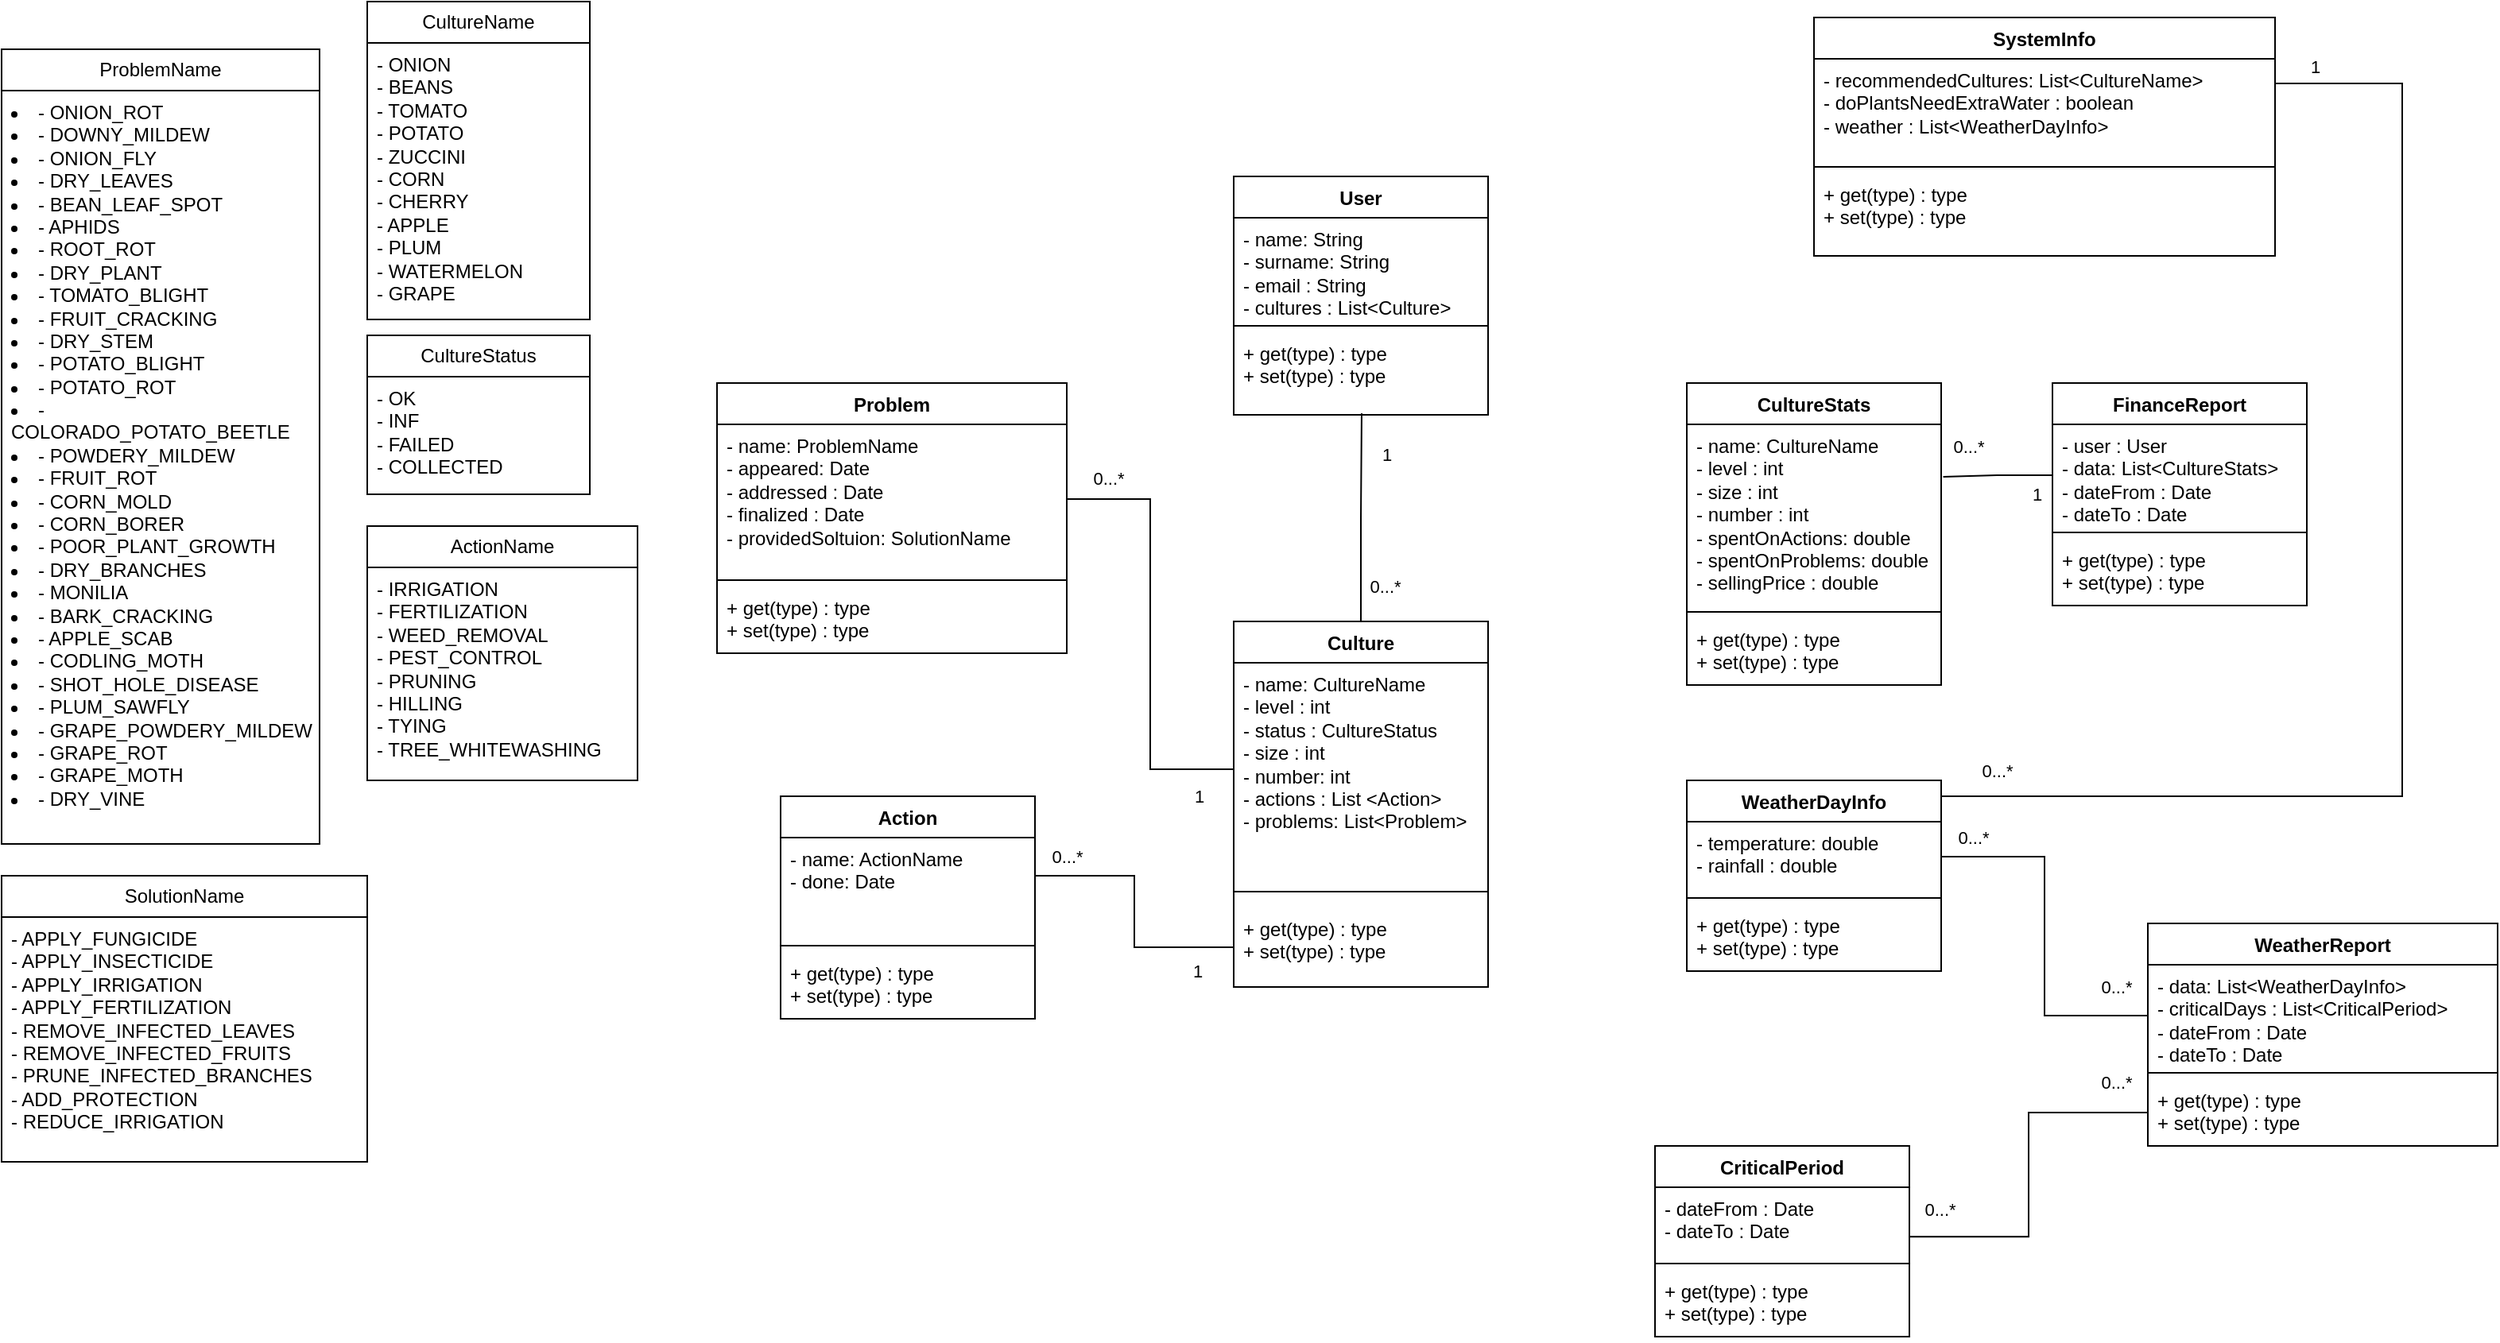
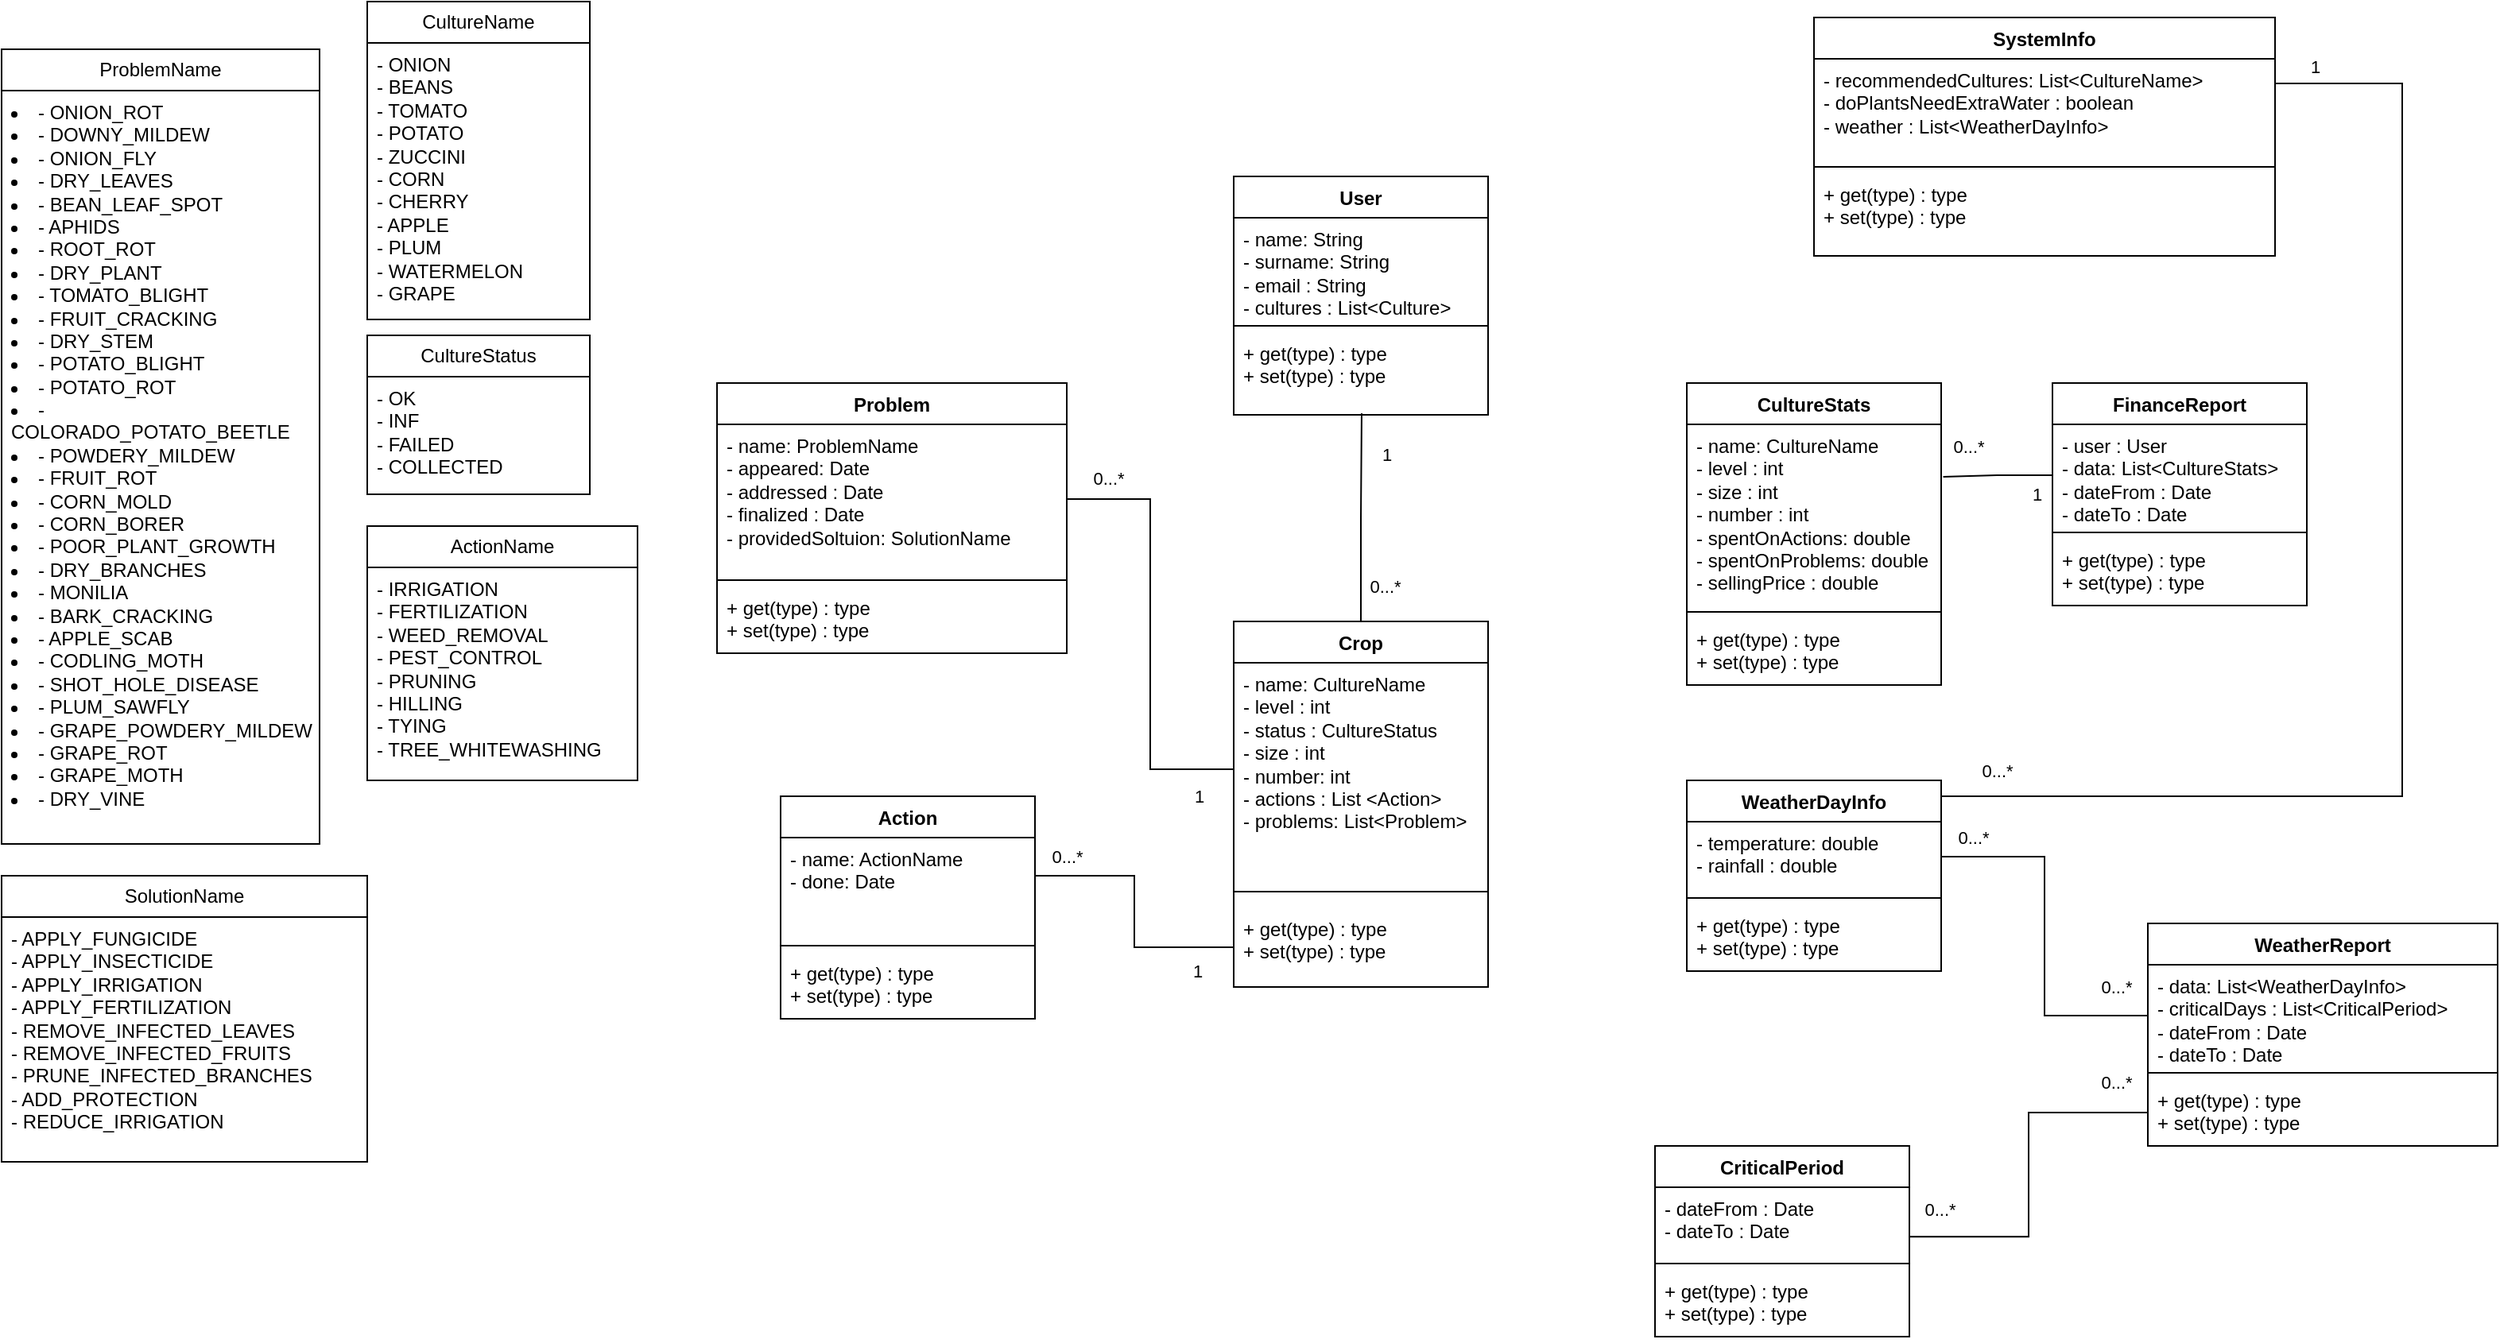
<mxfile host="app.diagrams.net">
  <diagram name="Page-1" id="dPlkKarSEhB-35xqONgB">
-     <mxGraphModel dx="2416" dy="1307" grid="1" gridSize="10" guides="1" tooltips="1" connect="1" arrows="1" fold="1" page="1" pageScale="1" pageWidth="850" pageHeight="1100" math="0" shadow="0">
+     <mxGraphModel dx="2054" dy="1111" grid="1" gridSize="10" guides="1" tooltips="1" connect="1" arrows="1" fold="1" page="1" pageScale="1" pageWidth="850" pageHeight="1100" math="0" shadow="0">
      <root>
        <mxCell id="0" />
        <mxCell id="1" parent="0" />
-         <mxCell id="lHIlK8dR2jHegv8c2HVK-1" parent="1" style="swimlane;fontStyle=1;align=center;verticalAlign=top;childLayout=stackLayout;horizontal=1;startSize=26;horizontalStack=0;resizeParent=1;resizeParentMax=0;resizeLast=0;collapsible=1;marginBottom=0;whiteSpace=wrap;html=1;" value="&lt;div&gt;Culture&lt;/div&gt;" vertex="1">
+         <mxCell id="lHIlK8dR2jHegv8c2HVK-1" parent="1" style="swimlane;fontStyle=1;align=center;verticalAlign=top;childLayout=stackLayout;horizontal=1;startSize=26;horizontalStack=0;resizeParent=1;resizeParentMax=0;resizeLast=0;collapsible=1;marginBottom=0;whiteSpace=wrap;html=1;" value="&lt;div&gt;Crop&lt;/div&gt;" vertex="1">
          <mxGeometry height="230" width="160" x="795" y="480" as="geometry" />
        </mxCell>
        <mxCell id="lHIlK8dR2jHegv8c2HVK-2" parent="lHIlK8dR2jHegv8c2HVK-1" style="text;strokeColor=none;fillColor=none;align=left;verticalAlign=top;spacingLeft=4;spacingRight=4;overflow=hidden;rotatable=0;points=[[0,0.5],[1,0.5]];portConstraint=eastwest;whiteSpace=wrap;html=1;" value="- name: CultureName&lt;div&gt;- level : int&lt;/div&gt;&lt;div&gt;- status : CultureStatus&lt;/div&gt;&lt;div&gt;- size : int&lt;/div&gt;&lt;div&gt;- number: int&lt;/div&gt;&lt;div&gt;- actions : List &amp;lt;Action&amp;gt;&lt;/div&gt;&lt;div&gt;- problems: List&amp;lt;Problem&amp;gt;&lt;/div&gt;" vertex="1">
          <mxGeometry height="134" width="160" y="26" as="geometry" />
        </mxCell>
        <mxCell id="lHIlK8dR2jHegv8c2HVK-3" parent="lHIlK8dR2jHegv8c2HVK-1" style="line;strokeWidth=1;fillColor=none;align=left;verticalAlign=middle;spacingTop=-1;spacingLeft=3;spacingRight=3;rotatable=0;labelPosition=right;points=[];portConstraint=eastwest;strokeColor=inherit;" value="" vertex="1">
          <mxGeometry height="20" width="160" y="160" as="geometry" />
        </mxCell>
        <mxCell id="lHIlK8dR2jHegv8c2HVK-4" parent="lHIlK8dR2jHegv8c2HVK-1" style="text;strokeColor=none;fillColor=none;align=left;verticalAlign=top;spacingLeft=4;spacingRight=4;overflow=hidden;rotatable=0;points=[[0,0.5],[1,0.5]];portConstraint=eastwest;whiteSpace=wrap;html=1;" value="+ get(type) : type&lt;div&gt;+ set(type) : type&lt;/div&gt;" vertex="1">
          <mxGeometry height="50" width="160" y="180" as="geometry" />
        </mxCell>
        <mxCell id="lHIlK8dR2jHegv8c2HVK-5" parent="1" style="swimlane;fontStyle=1;align=center;verticalAlign=top;childLayout=stackLayout;horizontal=1;startSize=26;horizontalStack=0;resizeParent=1;resizeParentMax=0;resizeLast=0;collapsible=1;marginBottom=0;whiteSpace=wrap;html=1;" value="Action" vertex="1">
          <mxGeometry height="140" width="160" x="510" y="590" as="geometry" />
        </mxCell>
        <mxCell id="lHIlK8dR2jHegv8c2HVK-6" parent="lHIlK8dR2jHegv8c2HVK-5" style="text;strokeColor=none;fillColor=none;align=left;verticalAlign=top;spacingLeft=4;spacingRight=4;overflow=hidden;rotatable=0;points=[[0,0.5],[1,0.5]];portConstraint=eastwest;whiteSpace=wrap;html=1;" value="- name: ActionName&lt;div&gt;- done: Date&lt;/div&gt;" vertex="1">
          <mxGeometry height="64" width="160" y="26" as="geometry" />
        </mxCell>
        <mxCell id="lHIlK8dR2jHegv8c2HVK-7" parent="lHIlK8dR2jHegv8c2HVK-5" style="line;strokeWidth=1;fillColor=none;align=left;verticalAlign=middle;spacingTop=-1;spacingLeft=3;spacingRight=3;rotatable=0;labelPosition=right;points=[];portConstraint=eastwest;strokeColor=inherit;" value="" vertex="1">
          <mxGeometry height="8" width="160" y="90" as="geometry" />
        </mxCell>
        <mxCell id="lHIlK8dR2jHegv8c2HVK-8" parent="lHIlK8dR2jHegv8c2HVK-5" style="text;strokeColor=none;fillColor=none;align=left;verticalAlign=top;spacingLeft=4;spacingRight=4;overflow=hidden;rotatable=0;points=[[0,0.5],[1,0.5]];portConstraint=eastwest;whiteSpace=wrap;html=1;" value="+ get(type) : type&lt;div&gt;+ set(type) : type&lt;/div&gt;" vertex="1">
          <mxGeometry height="42" width="160" y="98" as="geometry" />
        </mxCell>
        <mxCell id="lHIlK8dR2jHegv8c2HVK-9" parent="1" style="swimlane;fontStyle=1;align=center;verticalAlign=top;childLayout=stackLayout;horizontal=1;startSize=26;horizontalStack=0;resizeParent=1;resizeParentMax=0;resizeLast=0;collapsible=1;marginBottom=0;whiteSpace=wrap;html=1;" value="Problem" vertex="1">
          <mxGeometry height="170" width="220" x="470" y="330" as="geometry" />
        </mxCell>
        <mxCell id="lHIlK8dR2jHegv8c2HVK-10" parent="lHIlK8dR2jHegv8c2HVK-9" style="text;strokeColor=none;fillColor=none;align=left;verticalAlign=top;spacingLeft=4;spacingRight=4;overflow=hidden;rotatable=0;points=[[0,0.5],[1,0.5]];portConstraint=eastwest;whiteSpace=wrap;html=1;" value="- name: ProblemName&lt;div&gt;- appeared: Date&lt;/div&gt;&lt;div&gt;- addressed : Date&lt;/div&gt;&lt;div&gt;- finalized : Date&lt;/div&gt;&lt;div&gt;- providedSoltuion: SolutionName&lt;/div&gt;&lt;div&gt;&lt;br&gt;&lt;/div&gt;" vertex="1">
          <mxGeometry height="94" width="220" y="26" as="geometry" />
        </mxCell>
        <mxCell id="lHIlK8dR2jHegv8c2HVK-11" parent="lHIlK8dR2jHegv8c2HVK-9" style="line;strokeWidth=1;fillColor=none;align=left;verticalAlign=middle;spacingTop=-1;spacingLeft=3;spacingRight=3;rotatable=0;labelPosition=right;points=[];portConstraint=eastwest;strokeColor=inherit;" value="" vertex="1">
          <mxGeometry height="8" width="220" y="120" as="geometry" />
        </mxCell>
        <mxCell id="lHIlK8dR2jHegv8c2HVK-12" parent="lHIlK8dR2jHegv8c2HVK-9" style="text;strokeColor=none;fillColor=none;align=left;verticalAlign=top;spacingLeft=4;spacingRight=4;overflow=hidden;rotatable=0;points=[[0,0.5],[1,0.5]];portConstraint=eastwest;whiteSpace=wrap;html=1;" value="+ get(type) : type&lt;div&gt;+ set(type) : type&lt;/div&gt;" vertex="1">
          <mxGeometry height="42" width="220" y="128" as="geometry" />
        </mxCell>
        <mxCell id="lHIlK8dR2jHegv8c2HVK-13" parent="1" style="swimlane;fontStyle=1;align=center;verticalAlign=top;childLayout=stackLayout;horizontal=1;startSize=26;horizontalStack=0;resizeParent=1;resizeParentMax=0;resizeLast=0;collapsible=1;marginBottom=0;whiteSpace=wrap;html=1;" value="User" vertex="1">
          <mxGeometry height="150" width="160" x="795" y="200" as="geometry" />
        </mxCell>
        <mxCell id="lHIlK8dR2jHegv8c2HVK-14" parent="lHIlK8dR2jHegv8c2HVK-13" style="text;strokeColor=none;fillColor=none;align=left;verticalAlign=top;spacingLeft=4;spacingRight=4;overflow=hidden;rotatable=0;points=[[0,0.5],[1,0.5]];portConstraint=eastwest;whiteSpace=wrap;html=1;" value="- name: String&lt;div&gt;- surname: String&lt;/div&gt;&lt;div&gt;- email : String&lt;/div&gt;&lt;div&gt;- cultures : List&amp;lt;Culture&amp;gt;&lt;/div&gt;" vertex="1">
          <mxGeometry height="64" width="160" y="26" as="geometry" />
        </mxCell>
        <mxCell id="lHIlK8dR2jHegv8c2HVK-15" parent="lHIlK8dR2jHegv8c2HVK-13" style="line;strokeWidth=1;fillColor=none;align=left;verticalAlign=middle;spacingTop=-1;spacingLeft=3;spacingRight=3;rotatable=0;labelPosition=right;points=[];portConstraint=eastwest;strokeColor=inherit;" value="" vertex="1">
          <mxGeometry height="8" width="160" y="90" as="geometry" />
        </mxCell>
        <mxCell id="lHIlK8dR2jHegv8c2HVK-16" parent="lHIlK8dR2jHegv8c2HVK-13" style="text;strokeColor=none;fillColor=none;align=left;verticalAlign=top;spacingLeft=4;spacingRight=4;overflow=hidden;rotatable=0;points=[[0,0.5],[1,0.5]];portConstraint=eastwest;whiteSpace=wrap;html=1;" value="+ get(type) : type&lt;div&gt;+ set(type) : type&lt;/div&gt;" vertex="1">
          <mxGeometry height="52" width="160" y="98" as="geometry" />
        </mxCell>
        <mxCell id="lHIlK8dR2jHegv8c2HVK-17" parent="1" style="swimlane;fontStyle=1;align=center;verticalAlign=top;childLayout=stackLayout;horizontal=1;startSize=26;horizontalStack=0;resizeParent=1;resizeParentMax=0;resizeLast=0;collapsible=1;marginBottom=0;whiteSpace=wrap;html=1;" value="WeatherDayInfo" vertex="1">
          <mxGeometry height="120" width="160" x="1080" y="580" as="geometry" />
        </mxCell>
        <mxCell id="lHIlK8dR2jHegv8c2HVK-18" parent="lHIlK8dR2jHegv8c2HVK-17" style="text;strokeColor=none;fillColor=none;align=left;verticalAlign=top;spacingLeft=4;spacingRight=4;overflow=hidden;rotatable=0;points=[[0,0.5],[1,0.5]];portConstraint=eastwest;whiteSpace=wrap;html=1;" value="- temperature: double&lt;div&gt;- rainfall : double&lt;/div&gt;" vertex="1">
          <mxGeometry height="44" width="160" y="26" as="geometry" />
        </mxCell>
        <mxCell id="lHIlK8dR2jHegv8c2HVK-19" parent="lHIlK8dR2jHegv8c2HVK-17" style="line;strokeWidth=1;fillColor=none;align=left;verticalAlign=middle;spacingTop=-1;spacingLeft=3;spacingRight=3;rotatable=0;labelPosition=right;points=[];portConstraint=eastwest;strokeColor=inherit;" value="" vertex="1">
          <mxGeometry height="8" width="160" y="70" as="geometry" />
        </mxCell>
        <mxCell id="lHIlK8dR2jHegv8c2HVK-20" parent="lHIlK8dR2jHegv8c2HVK-17" style="text;strokeColor=none;fillColor=none;align=left;verticalAlign=top;spacingLeft=4;spacingRight=4;overflow=hidden;rotatable=0;points=[[0,0.5],[1,0.5]];portConstraint=eastwest;whiteSpace=wrap;html=1;" value="+ get(type) : type&lt;div&gt;+ set(type) : type&lt;/div&gt;" vertex="1">
          <mxGeometry height="42" width="160" y="78" as="geometry" />
        </mxCell>
        <mxCell id="lHIlK8dR2jHegv8c2HVK-21" parent="1" style="swimlane;fontStyle=1;align=center;verticalAlign=top;childLayout=stackLayout;horizontal=1;startSize=26;horizontalStack=0;resizeParent=1;resizeParentMax=0;resizeLast=0;collapsible=1;marginBottom=0;whiteSpace=wrap;html=1;" value="&lt;div&gt;SystemInfo&lt;/div&gt;" vertex="1">
          <mxGeometry height="150" width="290" x="1160" y="100" as="geometry" />
        </mxCell>
        <mxCell id="lHIlK8dR2jHegv8c2HVK-22" parent="lHIlK8dR2jHegv8c2HVK-21" style="text;strokeColor=none;fillColor=none;align=left;verticalAlign=top;spacingLeft=4;spacingRight=4;overflow=hidden;rotatable=0;points=[[0,0.5],[1,0.5]];portConstraint=eastwest;whiteSpace=wrap;html=1;" value="- recommendedCultures: List&amp;lt;CultureName&amp;gt;&lt;div&gt;- doPlantsNeedExtraWater : boolean&lt;/div&gt;&lt;div&gt;- weather : List&amp;lt;WeatherDayInfo&amp;gt;&lt;/div&gt;" vertex="1">
          <mxGeometry height="64" width="290" y="26" as="geometry" />
        </mxCell>
        <mxCell id="lHIlK8dR2jHegv8c2HVK-23" parent="lHIlK8dR2jHegv8c2HVK-21" style="line;strokeWidth=1;fillColor=none;align=left;verticalAlign=middle;spacingTop=-1;spacingLeft=3;spacingRight=3;rotatable=0;labelPosition=right;points=[];portConstraint=eastwest;strokeColor=inherit;" value="" vertex="1">
          <mxGeometry height="8" width="290" y="90" as="geometry" />
        </mxCell>
        <mxCell id="lHIlK8dR2jHegv8c2HVK-24" parent="lHIlK8dR2jHegv8c2HVK-21" style="text;strokeColor=none;fillColor=none;align=left;verticalAlign=top;spacingLeft=4;spacingRight=4;overflow=hidden;rotatable=0;points=[[0,0.5],[1,0.5]];portConstraint=eastwest;whiteSpace=wrap;html=1;" value="+ get(type) : type&lt;div&gt;+ set(type) : type&lt;/div&gt;" vertex="1">
          <mxGeometry height="52" width="290" y="98" as="geometry" />
        </mxCell>
        <mxCell id="lHIlK8dR2jHegv8c2HVK-25" parent="1" style="swimlane;fontStyle=1;align=center;verticalAlign=top;childLayout=stackLayout;horizontal=1;startSize=26;horizontalStack=0;resizeParent=1;resizeParentMax=0;resizeLast=0;collapsible=1;marginBottom=0;whiteSpace=wrap;html=1;" value="FinanceReport" vertex="1">
          <mxGeometry height="140" width="160" x="1310" y="330" as="geometry" />
        </mxCell>
        <mxCell id="lHIlK8dR2jHegv8c2HVK-26" parent="lHIlK8dR2jHegv8c2HVK-25" style="text;strokeColor=none;fillColor=none;align=left;verticalAlign=top;spacingLeft=4;spacingRight=4;overflow=hidden;rotatable=0;points=[[0,0.5],[1,0.5]];portConstraint=eastwest;whiteSpace=wrap;html=1;" value="- user : User&lt;div&gt;- data: List&amp;lt;CultureStats&amp;gt;&lt;div&gt;- dateFrom : Date&lt;/div&gt;&lt;div&gt;- dateTo : Date&lt;/div&gt;&lt;/div&gt;" vertex="1">
          <mxGeometry height="64" width="160" y="26" as="geometry" />
        </mxCell>
        <mxCell id="lHIlK8dR2jHegv8c2HVK-27" parent="lHIlK8dR2jHegv8c2HVK-25" style="line;strokeWidth=1;fillColor=none;align=left;verticalAlign=middle;spacingTop=-1;spacingLeft=3;spacingRight=3;rotatable=0;labelPosition=right;points=[];portConstraint=eastwest;strokeColor=inherit;" value="" vertex="1">
          <mxGeometry height="8" width="160" y="90" as="geometry" />
        </mxCell>
        <mxCell id="lHIlK8dR2jHegv8c2HVK-28" parent="lHIlK8dR2jHegv8c2HVK-25" style="text;strokeColor=none;fillColor=none;align=left;verticalAlign=top;spacingLeft=4;spacingRight=4;overflow=hidden;rotatable=0;points=[[0,0.5],[1,0.5]];portConstraint=eastwest;whiteSpace=wrap;html=1;" value="+ get(type) : type&lt;div&gt;+ set(type) : type&lt;/div&gt;" vertex="1">
          <mxGeometry height="42" width="160" y="98" as="geometry" />
        </mxCell>
        <mxCell id="lHIlK8dR2jHegv8c2HVK-33" parent="1" style="swimlane;fontStyle=1;align=center;verticalAlign=top;childLayout=stackLayout;horizontal=1;startSize=26;horizontalStack=0;resizeParent=1;resizeParentMax=0;resizeLast=0;collapsible=1;marginBottom=0;whiteSpace=wrap;html=1;" value="CultureStats" vertex="1">
          <mxGeometry height="190" width="160" x="1080" y="330" as="geometry" />
        </mxCell>
        <mxCell id="lHIlK8dR2jHegv8c2HVK-34" parent="lHIlK8dR2jHegv8c2HVK-33" style="text;strokeColor=none;fillColor=none;align=left;verticalAlign=top;spacingLeft=4;spacingRight=4;overflow=hidden;rotatable=0;points=[[0,0.5],[1,0.5]];portConstraint=eastwest;whiteSpace=wrap;html=1;" value="- name: CultureName&lt;div&gt;- level : int&lt;/div&gt;&lt;div&gt;- size : int&lt;/div&gt;&lt;div&gt;- number : int&lt;/div&gt;&lt;div&gt;- spentOnActions: double&lt;/div&gt;&lt;div&gt;- spentOnProblems: double&lt;/div&gt;&lt;div&gt;- sellingPrice : double&lt;/div&gt;" vertex="1">
          <mxGeometry height="114" width="160" y="26" as="geometry" />
        </mxCell>
        <mxCell id="lHIlK8dR2jHegv8c2HVK-35" parent="lHIlK8dR2jHegv8c2HVK-33" style="line;strokeWidth=1;fillColor=none;align=left;verticalAlign=middle;spacingTop=-1;spacingLeft=3;spacingRight=3;rotatable=0;labelPosition=right;points=[];portConstraint=eastwest;strokeColor=inherit;" value="" vertex="1">
          <mxGeometry height="8" width="160" y="140" as="geometry" />
        </mxCell>
        <mxCell id="lHIlK8dR2jHegv8c2HVK-36" parent="lHIlK8dR2jHegv8c2HVK-33" style="text;strokeColor=none;fillColor=none;align=left;verticalAlign=top;spacingLeft=4;spacingRight=4;overflow=hidden;rotatable=0;points=[[0,0.5],[1,0.5]];portConstraint=eastwest;whiteSpace=wrap;html=1;" value="+ get(type) : type&lt;div&gt;+ set(type) : type&lt;/div&gt;" vertex="1">
          <mxGeometry height="42" width="160" y="148" as="geometry" />
        </mxCell>
        <mxCell id="lHIlK8dR2jHegv8c2HVK-41" parent="1" style="swimlane;fontStyle=1;align=center;verticalAlign=top;childLayout=stackLayout;horizontal=1;startSize=26;horizontalStack=0;resizeParent=1;resizeParentMax=0;resizeLast=0;collapsible=1;marginBottom=0;whiteSpace=wrap;html=1;" value="WeatherReport" vertex="1">
          <mxGeometry height="140" width="220" x="1370" y="670" as="geometry" />
        </mxCell>
        <mxCell id="lHIlK8dR2jHegv8c2HVK-42" parent="lHIlK8dR2jHegv8c2HVK-41" style="text;strokeColor=none;fillColor=none;align=left;verticalAlign=top;spacingLeft=4;spacingRight=4;overflow=hidden;rotatable=0;points=[[0,0.5],[1,0.5]];portConstraint=eastwest;whiteSpace=wrap;html=1;" value="- data: List&amp;lt;WeatherDayInfo&amp;gt;&lt;div&gt;- criticalDays : List&amp;lt;CriticalPeriod&amp;gt;&lt;br&gt;&lt;div&gt;- dateFrom : Date&lt;/div&gt;&lt;div&gt;- dateTo : Date&lt;/div&gt;&lt;/div&gt;" vertex="1">
          <mxGeometry height="64" width="220" y="26" as="geometry" />
        </mxCell>
        <mxCell id="lHIlK8dR2jHegv8c2HVK-43" parent="lHIlK8dR2jHegv8c2HVK-41" style="line;strokeWidth=1;fillColor=none;align=left;verticalAlign=middle;spacingTop=-1;spacingLeft=3;spacingRight=3;rotatable=0;labelPosition=right;points=[];portConstraint=eastwest;strokeColor=inherit;" value="" vertex="1">
          <mxGeometry height="8" width="220" y="90" as="geometry" />
        </mxCell>
        <mxCell id="lHIlK8dR2jHegv8c2HVK-44" parent="lHIlK8dR2jHegv8c2HVK-41" style="text;strokeColor=none;fillColor=none;align=left;verticalAlign=top;spacingLeft=4;spacingRight=4;overflow=hidden;rotatable=0;points=[[0,0.5],[1,0.5]];portConstraint=eastwest;whiteSpace=wrap;html=1;" value="+ get(type) : type&lt;div&gt;+ set(type) : type&lt;/div&gt;" vertex="1">
          <mxGeometry height="42" width="220" y="98" as="geometry" />
        </mxCell>
        <mxCell id="lHIlK8dR2jHegv8c2HVK-45" parent="1" style="swimlane;fontStyle=1;align=center;verticalAlign=top;childLayout=stackLayout;horizontal=1;startSize=26;horizontalStack=0;resizeParent=1;resizeParentMax=0;resizeLast=0;collapsible=1;marginBottom=0;whiteSpace=wrap;html=1;" value="CriticalPeriod" vertex="1">
          <mxGeometry height="120" width="160" x="1060" y="810" as="geometry" />
        </mxCell>
        <mxCell id="lHIlK8dR2jHegv8c2HVK-46" parent="lHIlK8dR2jHegv8c2HVK-45" style="text;strokeColor=none;fillColor=none;align=left;verticalAlign=top;spacingLeft=4;spacingRight=4;overflow=hidden;rotatable=0;points=[[0,0.5],[1,0.5]];portConstraint=eastwest;whiteSpace=wrap;html=1;" value="&lt;div&gt;&lt;div&gt;- dateFrom : Date&lt;/div&gt;&lt;div&gt;- dateTo : Date&lt;/div&gt;&lt;/div&gt;" vertex="1">
          <mxGeometry height="44" width="160" y="26" as="geometry" />
        </mxCell>
        <mxCell id="lHIlK8dR2jHegv8c2HVK-47" parent="lHIlK8dR2jHegv8c2HVK-45" style="line;strokeWidth=1;fillColor=none;align=left;verticalAlign=middle;spacingTop=-1;spacingLeft=3;spacingRight=3;rotatable=0;labelPosition=right;points=[];portConstraint=eastwest;strokeColor=inherit;" value="" vertex="1">
          <mxGeometry height="8" width="160" y="70" as="geometry" />
        </mxCell>
        <mxCell id="lHIlK8dR2jHegv8c2HVK-48" parent="lHIlK8dR2jHegv8c2HVK-45" style="text;strokeColor=none;fillColor=none;align=left;verticalAlign=top;spacingLeft=4;spacingRight=4;overflow=hidden;rotatable=0;points=[[0,0.5],[1,0.5]];portConstraint=eastwest;whiteSpace=wrap;html=1;" value="+ get(type) : type&lt;div&gt;+ set(type) : type&lt;/div&gt;" vertex="1">
          <mxGeometry height="42" width="160" y="78" as="geometry" />
        </mxCell>
        <mxCell id="lHIlK8dR2jHegv8c2HVK-53" parent="1" style="swimlane;fontStyle=0;childLayout=stackLayout;horizontal=1;startSize=26;fillColor=none;horizontalStack=0;resizeParent=1;resizeParentMax=0;resizeLast=0;collapsible=1;marginBottom=0;whiteSpace=wrap;html=1;" value="SolutionName" vertex="1">
          <mxGeometry height="180" width="230" x="20" y="640" as="geometry" />
        </mxCell>
        <mxCell id="lHIlK8dR2jHegv8c2HVK-54" parent="lHIlK8dR2jHegv8c2HVK-53" style="text;strokeColor=none;fillColor=none;align=left;verticalAlign=top;spacingLeft=4;spacingRight=4;overflow=hidden;rotatable=0;points=[[0,0.5],[1,0.5]];portConstraint=eastwest;whiteSpace=wrap;html=1;" value="&lt;div&gt;- APPLY_FUNGICIDE&lt;/div&gt;&lt;div&gt;- APPLY_INSECTICIDE&lt;/div&gt;&lt;div&gt;- APPLY_IRRIGATION&lt;/div&gt;&lt;div&gt;- APPLY_FERTILIZATION&lt;/div&gt;&lt;div&gt;- REMOVE_INFECTED_LEAVES&lt;/div&gt;&lt;div&gt;- REMOVE_INFECTED_FRUITS&lt;/div&gt;&lt;div&gt;- PRUNE_INFECTED_BRANCHES&lt;/div&gt;&lt;div&gt;- ADD_PROTECTION&lt;/div&gt;&lt;div&gt;- REDUCE_IRRIGATION&lt;/div&gt;" vertex="1">
          <mxGeometry height="154" width="230" y="26" as="geometry" />
        </mxCell>
        <mxCell id="lHIlK8dR2jHegv8c2HVK-61" parent="1" style="swimlane;fontStyle=0;childLayout=stackLayout;horizontal=1;startSize=26;fillColor=none;horizontalStack=0;resizeParent=1;resizeParentMax=0;resizeLast=0;collapsible=1;marginBottom=0;whiteSpace=wrap;html=1;" value="CultureName" vertex="1">
          <mxGeometry height="200" width="140" x="250" y="90" as="geometry" />
        </mxCell>
        <mxCell id="lHIlK8dR2jHegv8c2HVK-62" parent="lHIlK8dR2jHegv8c2HVK-61" style="text;strokeColor=none;fillColor=none;align=left;verticalAlign=top;spacingLeft=4;spacingRight=4;overflow=hidden;rotatable=0;points=[[0,0.5],[1,0.5]];portConstraint=eastwest;whiteSpace=wrap;html=1;" value="- ONION&lt;div&gt;- BEANS&lt;/div&gt;&lt;div&gt;- TOMATO&lt;/div&gt;&lt;div&gt;- POTATO&lt;/div&gt;&lt;div&gt;- ZUCCINI&lt;/div&gt;&lt;div&gt;- CORN&lt;/div&gt;&lt;div&gt;- CHERRY&lt;/div&gt;&lt;div&gt;- APPLE&lt;/div&gt;&lt;div&gt;- PLUM&lt;/div&gt;&lt;div&gt;- WATERMELON&lt;/div&gt;&lt;div&gt;- GRAPE&lt;/div&gt;" vertex="1">
          <mxGeometry height="174" width="140" y="26" as="geometry" />
        </mxCell>
        <mxCell id="lHIlK8dR2jHegv8c2HVK-69" parent="1" style="swimlane;fontStyle=0;childLayout=stackLayout;horizontal=1;startSize=26;fillColor=none;horizontalStack=0;resizeParent=1;resizeParentMax=0;resizeLast=0;collapsible=1;marginBottom=0;whiteSpace=wrap;html=1;" value="ProblemName" vertex="1">
          <mxGeometry height="500" width="200" x="20" y="120" as="geometry" />
        </mxCell>
        <mxCell id="lHIlK8dR2jHegv8c2HVK-71" parent="lHIlK8dR2jHegv8c2HVK-69" style="text;strokeColor=none;fillColor=none;align=left;verticalAlign=top;spacingLeft=4;spacingRight=4;overflow=hidden;rotatable=0;points=[[0,0.5],[1,0.5]];portConstraint=eastwest;whiteSpace=wrap;html=1;" value="&lt;li data-section-id=&quot;1ptrw9j&quot; data-start=&quot;0&quot; data-end=&quot;11&quot;&gt;- ONION_ROT&lt;/li&gt;&lt;li data-section-id=&quot;1ptrw9j&quot; data-start=&quot;0&quot; data-end=&quot;11&quot;&gt;- DOWNY_MILDEW&lt;/li&gt;&lt;li data-section-id=&quot;1ptrw9j&quot; data-start=&quot;0&quot; data-end=&quot;11&quot;&gt;- ONION_FLY&lt;/li&gt;&lt;li data-section-id=&quot;1ptrw9j&quot; data-start=&quot;0&quot; data-end=&quot;11&quot;&gt;- DRY_LEAVES&lt;/li&gt;&lt;li data-section-id=&quot;1ptrw9j&quot; data-start=&quot;0&quot; data-end=&quot;11&quot;&gt;- BEAN_LEAF_SPOT&lt;/li&gt;&lt;li data-section-id=&quot;1ptrw9j&quot; data-start=&quot;0&quot; data-end=&quot;11&quot;&gt;- APHIDS&lt;/li&gt;&lt;li data-section-id=&quot;1ptrw9j&quot; data-start=&quot;0&quot; data-end=&quot;11&quot;&gt;- ROOT_ROT&lt;/li&gt;&lt;li data-section-id=&quot;1ptrw9j&quot; data-start=&quot;0&quot; data-end=&quot;11&quot;&gt;- DRY_PLANT&lt;/li&gt;&lt;li data-section-id=&quot;1ptrw9j&quot; data-start=&quot;0&quot; data-end=&quot;11&quot;&gt;- TOMATO_BLIGHT&lt;/li&gt;&lt;li data-section-id=&quot;1ptrw9j&quot; data-start=&quot;0&quot; data-end=&quot;11&quot;&gt;- FRUIT_CRACKING&lt;/li&gt;&lt;li data-section-id=&quot;1ptrw9j&quot; data-start=&quot;0&quot; data-end=&quot;11&quot;&gt;- DRY_STEM&lt;/li&gt;&lt;li data-section-id=&quot;1ptrw9j&quot; data-start=&quot;0&quot; data-end=&quot;11&quot;&gt;- POTATO_BLIGHT&lt;/li&gt;&lt;li data-section-id=&quot;1ptrw9j&quot; data-start=&quot;0&quot; data-end=&quot;11&quot;&gt;- POTATO_ROT&lt;/li&gt;&lt;li data-section-id=&quot;1ptrw9j&quot; data-start=&quot;0&quot; data-end=&quot;11&quot;&gt;- COLORADO_POTATO_BEETLE&lt;/li&gt;&lt;li data-section-id=&quot;1ptrw9j&quot; data-start=&quot;0&quot; data-end=&quot;11&quot;&gt;- POWDERY_MILDEW&lt;/li&gt;&lt;li data-section-id=&quot;1ptrw9j&quot; data-start=&quot;0&quot; data-end=&quot;11&quot;&gt;- FRUIT_ROT&lt;/li&gt;&lt;li data-section-id=&quot;1ptrw9j&quot; data-start=&quot;0&quot; data-end=&quot;11&quot;&gt;- CORN_MOLD&lt;/li&gt;&lt;li data-section-id=&quot;1ptrw9j&quot; data-start=&quot;0&quot; data-end=&quot;11&quot;&gt;- CORN_BORER&lt;/li&gt;&lt;li data-section-id=&quot;1ptrw9j&quot; data-start=&quot;0&quot; data-end=&quot;11&quot;&gt;- POOR_PLANT_GROWTH&lt;/li&gt;&lt;li data-section-id=&quot;1ptrw9j&quot; data-start=&quot;0&quot; data-end=&quot;11&quot;&gt;- DRY_BRANCHES&lt;/li&gt;&lt;li data-section-id=&quot;1ptrw9j&quot; data-start=&quot;0&quot; data-end=&quot;11&quot;&gt;- MONILIA&lt;/li&gt;&lt;li data-section-id=&quot;1ptrw9j&quot; data-start=&quot;0&quot; data-end=&quot;11&quot;&gt;- BARK_CRACKING&lt;/li&gt;&lt;li data-section-id=&quot;1ptrw9j&quot; data-start=&quot;0&quot; data-end=&quot;11&quot;&gt;- APPLE_SCAB&lt;/li&gt;&lt;li data-section-id=&quot;1ptrw9j&quot; data-start=&quot;0&quot; data-end=&quot;11&quot;&gt;- CODLING_MOTH&lt;/li&gt;&lt;li data-section-id=&quot;1ptrw9j&quot; data-start=&quot;0&quot; data-end=&quot;11&quot;&gt;- SHOT_HOLE_DISEASE&lt;/li&gt;&lt;li data-section-id=&quot;1ptrw9j&quot; data-start=&quot;0&quot; data-end=&quot;11&quot;&gt;- PLUM_SAWFLY&lt;/li&gt;&lt;li data-section-id=&quot;1ptrw9j&quot; data-start=&quot;0&quot; data-end=&quot;11&quot;&gt;- GRAPE_POWDERY_MILDEW&lt;/li&gt;&lt;li data-section-id=&quot;1ptrw9j&quot; data-start=&quot;0&quot; data-end=&quot;11&quot;&gt;- GRAPE_ROT&lt;/li&gt;&lt;li data-section-id=&quot;1ptrw9j&quot; data-start=&quot;0&quot; data-end=&quot;11&quot;&gt;- GRAPE_MOTH&lt;/li&gt;&lt;li data-section-id=&quot;1ptrw9j&quot; data-start=&quot;0&quot; data-end=&quot;11&quot;&gt;- DRY_VINE&lt;/li&gt;" vertex="1">
          <mxGeometry height="474" width="200" y="26" as="geometry" />
        </mxCell>
        <mxCell id="lHIlK8dR2jHegv8c2HVK-73" parent="1" style="swimlane;fontStyle=0;childLayout=stackLayout;horizontal=1;startSize=26;fillColor=none;horizontalStack=0;resizeParent=1;resizeParentMax=0;resizeLast=0;collapsible=1;marginBottom=0;whiteSpace=wrap;html=1;" value="CultureStatus" vertex="1">
          <mxGeometry height="100" width="140" x="250" y="300" as="geometry" />
        </mxCell>
        <mxCell id="lHIlK8dR2jHegv8c2HVK-76" parent="lHIlK8dR2jHegv8c2HVK-73" style="text;strokeColor=none;fillColor=none;align=left;verticalAlign=top;spacingLeft=4;spacingRight=4;overflow=hidden;rotatable=0;points=[[0,0.5],[1,0.5]];portConstraint=eastwest;whiteSpace=wrap;html=1;" value="- OK&lt;div&gt;- INF&lt;/div&gt;&lt;div&gt;- FAILED&lt;/div&gt;&lt;div&gt;- COLLECTED&lt;/div&gt;" vertex="1">
          <mxGeometry height="74" width="140" y="26" as="geometry" />
        </mxCell>
        <mxCell id="lHIlK8dR2jHegv8c2HVK-81" parent="1" style="swimlane;fontStyle=0;childLayout=stackLayout;horizontal=1;startSize=26;fillColor=none;horizontalStack=0;resizeParent=1;resizeParentMax=0;resizeLast=0;collapsible=1;marginBottom=0;whiteSpace=wrap;html=1;" value="ActionName" vertex="1">
          <mxGeometry height="160" width="170" x="250" y="420" as="geometry" />
        </mxCell>
        <mxCell id="lHIlK8dR2jHegv8c2HVK-82" parent="lHIlK8dR2jHegv8c2HVK-81" style="text;strokeColor=none;fillColor=none;align=left;verticalAlign=top;spacingLeft=4;spacingRight=4;overflow=hidden;rotatable=0;points=[[0,0.5],[1,0.5]];portConstraint=eastwest;whiteSpace=wrap;html=1;" value="&lt;span class=&quot;ͼm&quot;&gt;- IRRIGATION&lt;/span&gt;&lt;br&gt;    &lt;span class=&quot;ͼm&quot;&gt;- FERTILIZATION&lt;/span&gt;&lt;br&gt;    &lt;span class=&quot;ͼm&quot;&gt;- WEED_REMOVAL&lt;/span&gt;&lt;br&gt;    &lt;span class=&quot;ͼm&quot;&gt;- PEST_CONTROL&lt;/span&gt;&lt;br&gt;    &lt;span class=&quot;ͼm&quot;&gt;- PRUNING&lt;/span&gt;&lt;br&gt;    &lt;span class=&quot;ͼm&quot;&gt;- HILLING&lt;/span&gt;&lt;br&gt;    &lt;span class=&quot;ͼm&quot;&gt;- TYING&lt;/span&gt;&lt;div&gt;&lt;span class=&quot;ͼm&quot;&gt;- TREE_WHITEWASHING&lt;/span&gt;&lt;/div&gt;" vertex="1">
          <mxGeometry height="134" width="170" y="26" as="geometry" />
        </mxCell>
        <mxCell id="lHIlK8dR2jHegv8c2HVK-86" edge="1" parent="1" source="lHIlK8dR2jHegv8c2HVK-2" style="edgeStyle=orthogonalEdgeStyle;rounded=0;orthogonalLoop=1;jettySize=auto;html=1;entryX=1;entryY=0.5;entryDx=0;entryDy=0;endArrow=none;endFill=0;" target="lHIlK8dR2jHegv8c2HVK-10">
          <mxGeometry relative="1" as="geometry" />
        </mxCell>
        <mxCell id="lHIlK8dR2jHegv8c2HVK-94" connectable="0" parent="lHIlK8dR2jHegv8c2HVK-86" style="edgeLabel;html=1;align=center;verticalAlign=middle;resizable=0;points=[];" value="0...*" vertex="1">
          <mxGeometry relative="1" x="0.8496" y="-1" as="geometry">
            <mxPoint x="5" y="-12" as="offset" />
          </mxGeometry>
        </mxCell>
        <mxCell id="lHIlK8dR2jHegv8c2HVK-95" connectable="0" parent="lHIlK8dR2jHegv8c2HVK-86" style="edgeLabel;html=1;align=center;verticalAlign=middle;resizable=0;points=[];" value="1" vertex="1">
          <mxGeometry relative="1" x="-0.84" y="-1" as="geometry">
            <mxPoint y="18" as="offset" />
          </mxGeometry>
        </mxCell>
        <mxCell id="lHIlK8dR2jHegv8c2HVK-87" edge="1" parent="1" source="lHIlK8dR2jHegv8c2HVK-4" style="edgeStyle=orthogonalEdgeStyle;rounded=0;orthogonalLoop=1;jettySize=auto;html=1;entryX=1;entryY=0.375;entryDx=0;entryDy=0;entryPerimeter=0;endArrow=none;endFill=0;" target="lHIlK8dR2jHegv8c2HVK-6">
          <mxGeometry relative="1" as="geometry" />
        </mxCell>
        <mxCell id="lHIlK8dR2jHegv8c2HVK-96" connectable="0" parent="lHIlK8dR2jHegv8c2HVK-87" style="edgeLabel;html=1;align=center;verticalAlign=middle;resizable=0;points=[];" value="0...*" vertex="1">
          <mxGeometry relative="1" x="0.7784" y="2" as="geometry">
            <mxPoint x="1" y="-14" as="offset" />
          </mxGeometry>
        </mxCell>
        <mxCell id="lHIlK8dR2jHegv8c2HVK-97" connectable="0" parent="lHIlK8dR2jHegv8c2HVK-87" style="edgeLabel;html=1;align=center;verticalAlign=middle;resizable=0;points=[];" value="1" vertex="1">
          <mxGeometry relative="1" x="-0.7216" y="3" as="geometry">
            <mxPoint y="12" as="offset" />
          </mxGeometry>
        </mxCell>
        <mxCell id="lHIlK8dR2jHegv8c2HVK-88" edge="1" parent="1" source="lHIlK8dR2jHegv8c2HVK-26" style="edgeStyle=orthogonalEdgeStyle;rounded=0;orthogonalLoop=1;jettySize=auto;html=1;entryX=1.008;entryY=0.289;entryDx=0;entryDy=0;entryPerimeter=0;endArrow=none;endFill=0;" target="lHIlK8dR2jHegv8c2HVK-34">
          <mxGeometry relative="1" as="geometry" />
        </mxCell>
        <mxCell id="lHIlK8dR2jHegv8c2HVK-103" connectable="0" parent="lHIlK8dR2jHegv8c2HVK-88" style="edgeLabel;html=1;align=center;verticalAlign=middle;resizable=0;points=[];" value="0...*" vertex="1">
          <mxGeometry relative="1" x="0.5676" y="-2" as="geometry">
            <mxPoint y="-17" as="offset" />
          </mxGeometry>
        </mxCell>
        <mxCell id="lHIlK8dR2jHegv8c2HVK-104" connectable="0" parent="lHIlK8dR2jHegv8c2HVK-88" style="edgeLabel;html=1;align=center;verticalAlign=middle;resizable=0;points=[];" value="1" vertex="1">
          <mxGeometry relative="1" x="-0.2963" y="1" as="geometry">
            <mxPoint x="14" y="11" as="offset" />
          </mxGeometry>
        </mxCell>
        <mxCell id="lHIlK8dR2jHegv8c2HVK-89" edge="1" parent="1" source="lHIlK8dR2jHegv8c2HVK-42" style="edgeStyle=orthogonalEdgeStyle;rounded=0;orthogonalLoop=1;jettySize=auto;html=1;entryX=1;entryY=0.5;entryDx=0;entryDy=0;endArrow=none;endFill=0;" target="lHIlK8dR2jHegv8c2HVK-18">
          <mxGeometry relative="1" as="geometry" />
        </mxCell>
        <mxCell id="lHIlK8dR2jHegv8c2HVK-110" connectable="0" parent="lHIlK8dR2jHegv8c2HVK-89" style="edgeLabel;html=1;align=center;verticalAlign=middle;resizable=0;points=[];" value="0...*" vertex="1">
          <mxGeometry relative="1" x="-0.8192" y="2" as="geometry">
            <mxPoint x="-89" y="-114" as="offset" />
          </mxGeometry>
        </mxCell>
        <mxCell id="lHIlK8dR2jHegv8c2HVK-111" connectable="0" parent="lHIlK8dR2jHegv8c2HVK-89" style="edgeLabel;html=1;align=center;verticalAlign=middle;resizable=0;points=[];" value="0...*" vertex="1">
          <mxGeometry relative="1" x="-0.7892" y="2" as="geometry">
            <mxPoint x="4" y="-20" as="offset" />
          </mxGeometry>
        </mxCell>
        <mxCell id="lHIlK8dR2jHegv8c2HVK-93" edge="1" parent="1" source="lHIlK8dR2jHegv8c2HVK-17" style="edgeStyle=orthogonalEdgeStyle;rounded=0;orthogonalLoop=1;jettySize=auto;html=1;entryX=1.002;entryY=0.242;entryDx=0;entryDy=0;entryPerimeter=0;endArrow=none;endFill=0;startArrow=none;startFill=0;" target="lHIlK8dR2jHegv8c2HVK-22">
          <mxGeometry relative="1" as="geometry">
            <Array as="points">
              <mxPoint x="1530" y="590" />
              <mxPoint x="1530" y="142" />
            </Array>
          </mxGeometry>
        </mxCell>
        <mxCell id="lHIlK8dR2jHegv8c2HVK-105" connectable="0" parent="lHIlK8dR2jHegv8c2HVK-93" style="edgeLabel;html=1;align=center;verticalAlign=middle;resizable=0;points=[];" value="0...*" vertex="1">
          <mxGeometry relative="1" x="0.8983" y="1" as="geometry">
            <mxPoint x="-217" y="431" as="offset" />
          </mxGeometry>
        </mxCell>
        <mxCell id="lHIlK8dR2jHegv8c2HVK-106" connectable="0" parent="lHIlK8dR2jHegv8c2HVK-93" style="edgeLabel;html=1;align=center;verticalAlign=middle;resizable=0;points=[];" value="1" vertex="1">
          <mxGeometry relative="1" x="0.9411" as="geometry">
            <mxPoint y="-11" as="offset" />
          </mxGeometry>
        </mxCell>
        <mxCell id="lHIlK8dR2jHegv8c2HVK-100" edge="1" parent="1" source="lHIlK8dR2jHegv8c2HVK-1" style="edgeStyle=orthogonalEdgeStyle;rounded=0;orthogonalLoop=1;jettySize=auto;html=1;entryX=0.503;entryY=0.981;entryDx=0;entryDy=0;entryPerimeter=0;endArrow=none;endFill=0;" target="lHIlK8dR2jHegv8c2HVK-16">
          <mxGeometry relative="1" as="geometry" />
        </mxCell>
        <mxCell id="lHIlK8dR2jHegv8c2HVK-101" connectable="0" parent="lHIlK8dR2jHegv8c2HVK-100" style="edgeLabel;html=1;align=center;verticalAlign=middle;resizable=0;points=[];" value="0...*" vertex="1">
          <mxGeometry relative="1" x="-0.6679" y="2" as="geometry">
            <mxPoint x="17" as="offset" />
          </mxGeometry>
        </mxCell>
        <mxCell id="lHIlK8dR2jHegv8c2HVK-102" connectable="0" parent="lHIlK8dR2jHegv8c2HVK-100" style="edgeLabel;html=1;align=center;verticalAlign=middle;resizable=0;points=[];" value="1" vertex="1">
          <mxGeometry relative="1" x="0.6072" y="-2" as="geometry">
            <mxPoint x="13" as="offset" />
          </mxGeometry>
        </mxCell>
        <mxCell id="lHIlK8dR2jHegv8c2HVK-109" edge="1" parent="1" source="lHIlK8dR2jHegv8c2HVK-44" style="edgeStyle=orthogonalEdgeStyle;rounded=0;orthogonalLoop=1;jettySize=auto;html=1;entryX=1.002;entryY=0.707;entryDx=0;entryDy=0;entryPerimeter=0;endArrow=none;endFill=0;" target="lHIlK8dR2jHegv8c2HVK-46">
          <mxGeometry relative="1" as="geometry" />
        </mxCell>
        <mxCell id="lHIlK8dR2jHegv8c2HVK-112" connectable="0" parent="lHIlK8dR2jHegv8c2HVK-109" style="edgeLabel;html=1;align=center;verticalAlign=middle;resizable=0;points=[];" value="0...*" vertex="1">
          <mxGeometry relative="1" x="0.8856" as="geometry">
            <mxPoint x="6" y="-17" as="offset" />
          </mxGeometry>
        </mxCell>
        <mxCell id="lHIlK8dR2jHegv8c2HVK-113" connectable="0" parent="lHIlK8dR2jHegv8c2HVK-109" style="edgeLabel;html=1;align=center;verticalAlign=middle;resizable=0;points=[];" value="0...*" vertex="1">
          <mxGeometry relative="1" x="-0.7629" y="-2" as="geometry">
            <mxPoint x="7" y="-17" as="offset" />
          </mxGeometry>
        </mxCell>
      </root>
    </mxGraphModel>
  </diagram>
</mxfile>
